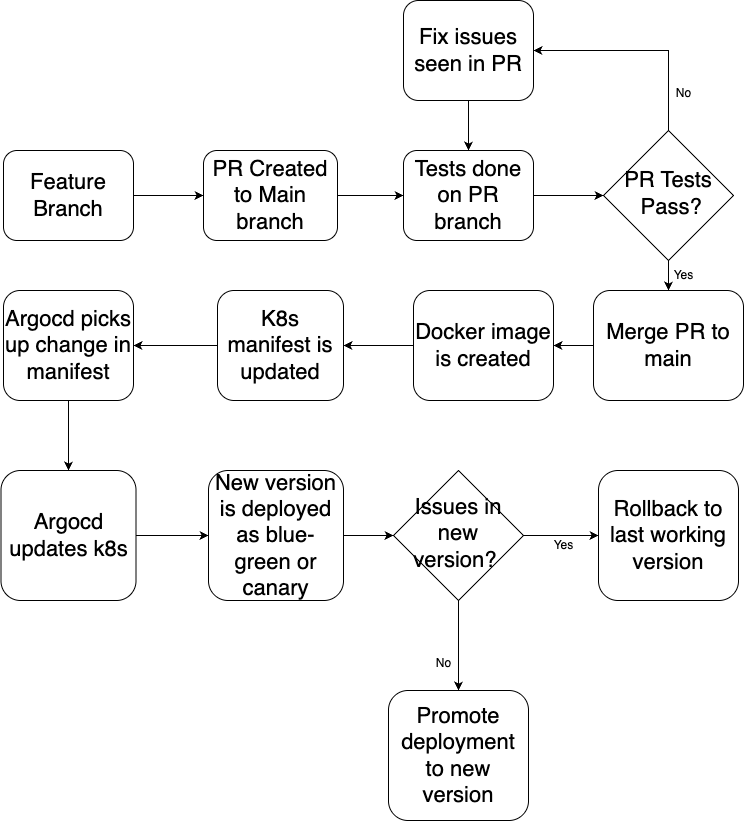
Earlier version of the draw.io export docs/deployment-flow.png (sysadmin-exe/cloudnova). Source tidied: cells renumbered, new cells last; positions are measured from the earlier drawing's top-left corner, leaving out a move shared by most shapes.
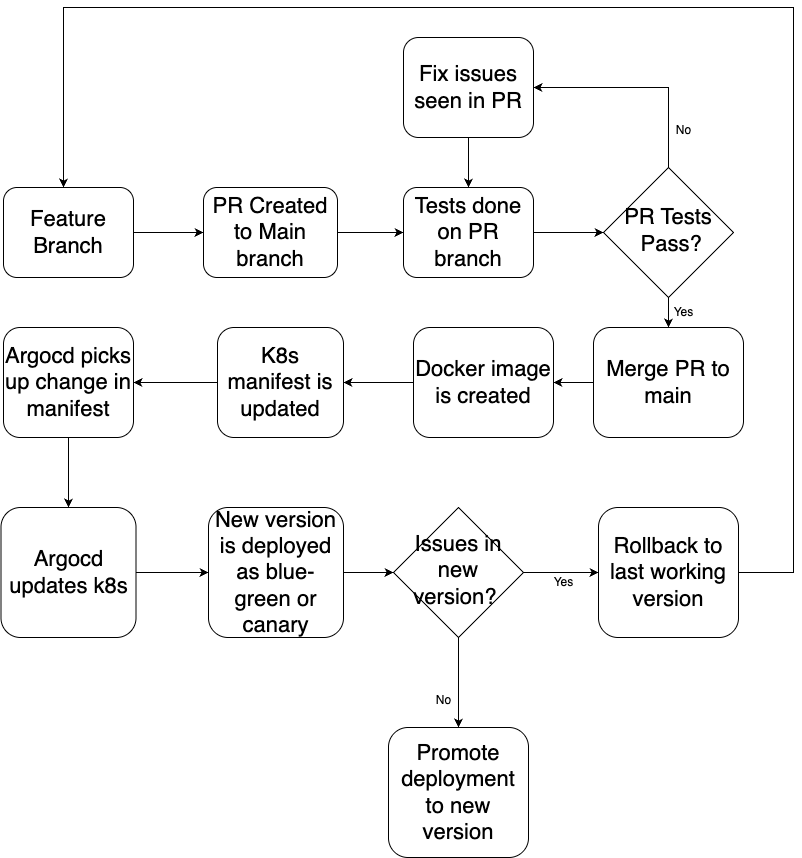
Above is the later version.

Commit message:
Test Blue-Green Argocd Deploy

Diff of the diagram source:
```diff
@@ -81,6 +81,17 @@
     <mxCell id="26" value="&lt;span style=&quot;font-size: 22px;&quot;&gt;Issues in new version?&amp;nbsp;&lt;/span&gt;" style="rhombus;whiteSpace=wrap;html=1;shadow=0;fontFamily=Helvetica;fontSize=12;align=center;strokeWidth=1;spacing=6;spacingTop=-4;" parent="1" vertex="1">
       <mxGeometry x="392" y="470" width="130" height="130" as="geometry" />
     </mxCell>
+    <mxCell id="34" style="edgeStyle=orthogonalEdgeStyle;rounded=0;orthogonalLoop=1;jettySize=auto;html=1;entryX=0.5;entryY=0;entryDx=0;entryDy=0;" parent="1" edge="1">
+      <mxGeometry relative="1" as="geometry">
+        <mxPoint x="592" y="535" as="sourcePoint" />
+        <mxPoint x="62" y="150" as="targetPoint" />
+        <Array as="points">
+          <mxPoint x="792" y="535" />
+          <mxPoint x="792" y="-30" />
+          <mxPoint x="62" y="-30" />
+        </Array>
+      </mxGeometry>
+    </mxCell>
     <mxCell id="27" value="&lt;font style=&quot;font-size: 22px;&quot;&gt;Rollback to last working version&lt;/font&gt;" style="rounded=1;whiteSpace=wrap;html=1;fontSize=12;glass=0;strokeWidth=1;shadow=0;" parent="1" vertex="1">
       <mxGeometry x="597" y="470" width="140" height="130" as="geometry" />
     </mxCell>
```
